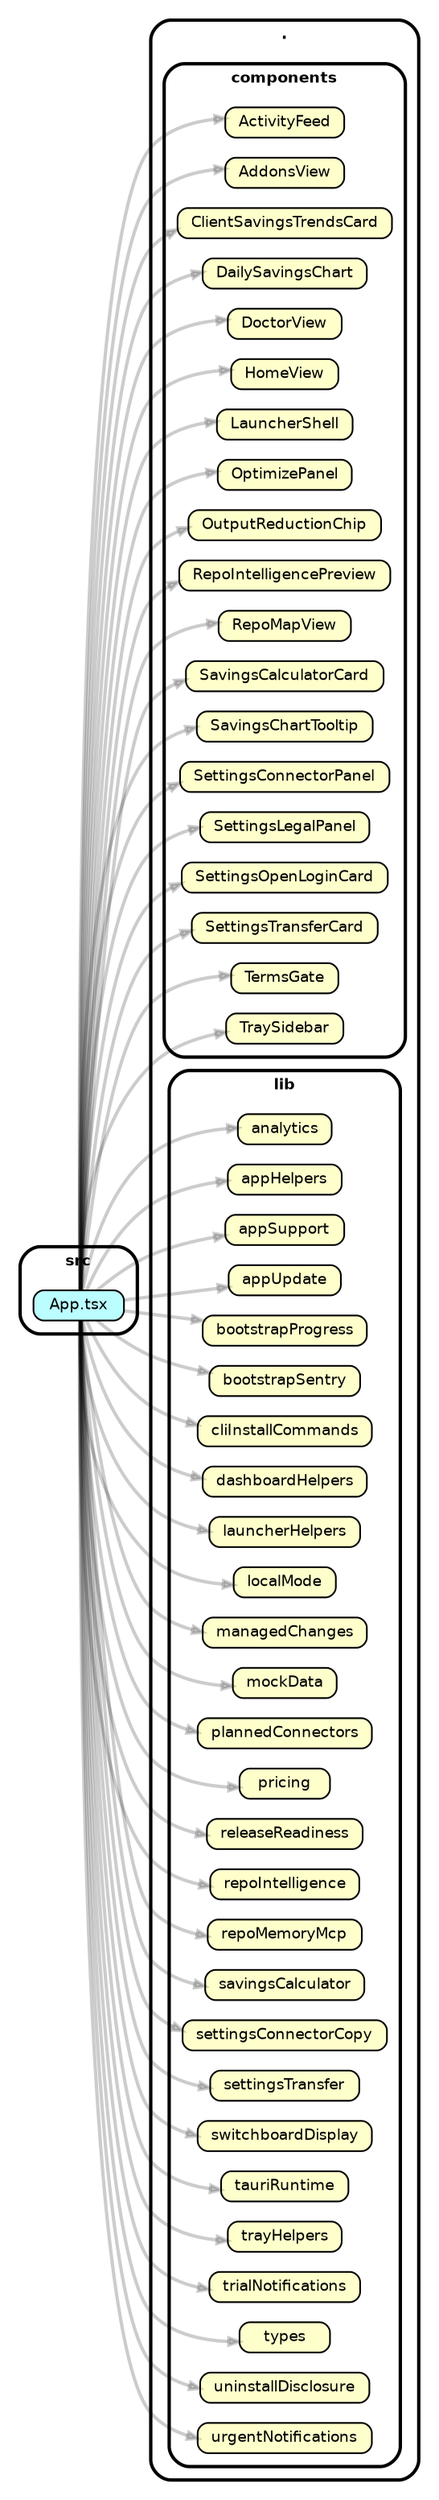
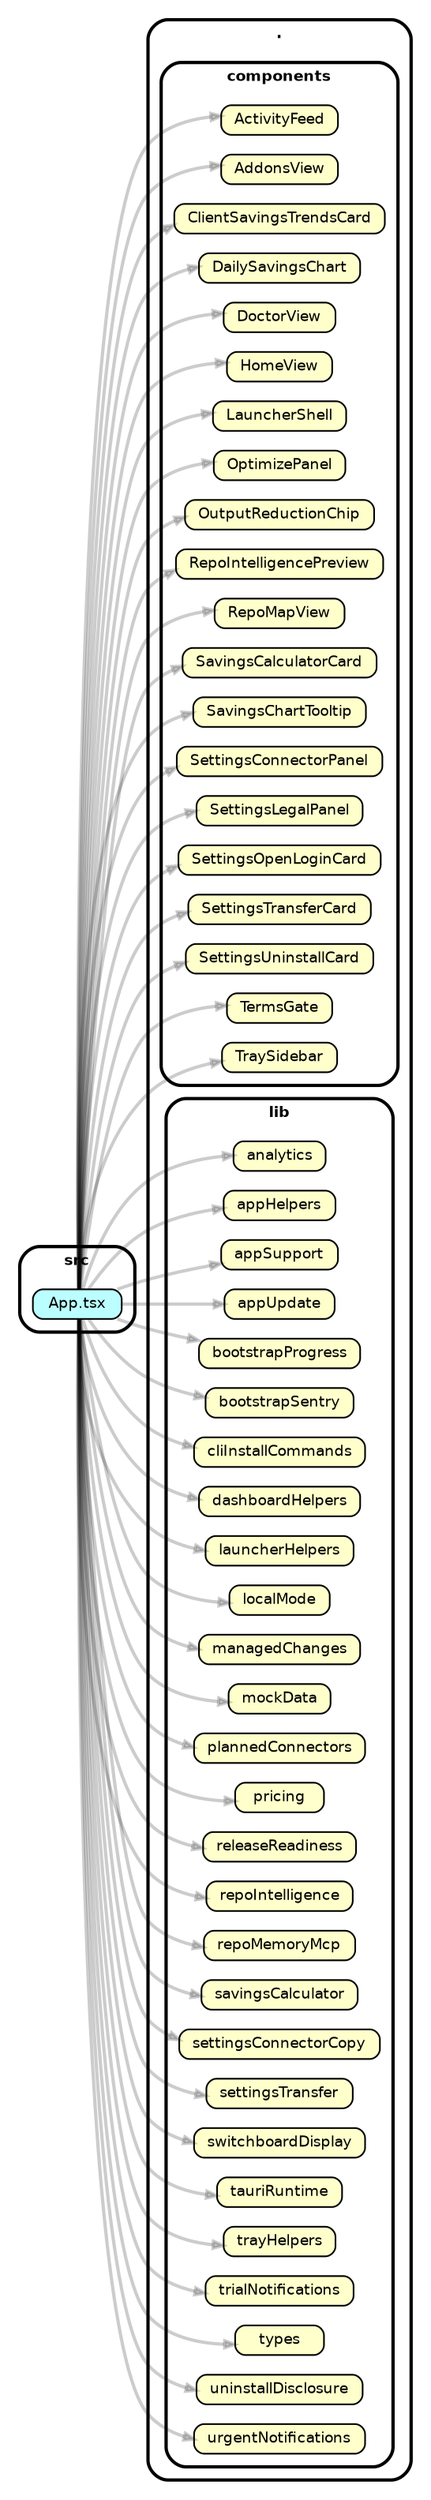
strict digraph "dependency-cruiser output"{
    rankdir="LR" splines="true" overlap="false" nodesep="0.16" ranksep="0.18" fontname="Helvetica-bold" fontsize="9" style="rounded,bold,filled" fillcolor="#ffffff" compound="true"
    node [shape="box" style="rounded, filled" height="0.2" color="black" fillcolor="#ffffcc" fontcolor="black" fontname="Helvetica" fontsize="9"]
    edge [arrowhead="normal" arrowsize="0.6" penwidth="2.0" color="#00000033" fontname="Helvetica" fontsize="9"]

    subgraph "cluster_." {label="." subgraph "cluster_./components" {label="components" "./components/ActivityFeed" [label=<ActivityFeed> tooltip="ActivityFeed" ] } }
    subgraph "cluster_." {label="." subgraph "cluster_./components" {label="components" "./components/AddonsView" [label=<AddonsView> tooltip="AddonsView" ] } }
    subgraph "cluster_." {label="." subgraph "cluster_./components" {label="components" "./components/ClientSavingsTrendsCard" [label=<ClientSavingsTrendsCard> tooltip="ClientSavingsTrendsCard" ] } }
    subgraph "cluster_." {label="." subgraph "cluster_./components" {label="components" "./components/DailySavingsChart" [label=<DailySavingsChart> tooltip="DailySavingsChart" ] } }
    subgraph "cluster_." {label="." subgraph "cluster_./components" {label="components" "./components/DoctorView" [label=<DoctorView> tooltip="DoctorView" ] } }
    subgraph "cluster_." {label="." subgraph "cluster_./components" {label="components" "./components/HomeView" [label=<HomeView> tooltip="HomeView" ] } }
    subgraph "cluster_." {label="." subgraph "cluster_./components" {label="components" "./components/LauncherShell" [label=<LauncherShell> tooltip="LauncherShell" ] } }
    subgraph "cluster_." {label="." subgraph "cluster_./components" {label="components" "./components/OptimizePanel" [label=<OptimizePanel> tooltip="OptimizePanel" ] } }
    subgraph "cluster_." {label="." subgraph "cluster_./components" {label="components" "./components/OutputReductionChip" [label=<OutputReductionChip> tooltip="OutputReductionChip" ] } }
    subgraph "cluster_." {label="." subgraph "cluster_./components" {label="components" "./components/RepoIntelligencePreview" [label=<RepoIntelligencePreview> tooltip="RepoIntelligencePreview" ] } }
    subgraph "cluster_." {label="." subgraph "cluster_./components" {label="components" "./components/RepoMapView" [label=<RepoMapView> tooltip="RepoMapView" ] } }
    subgraph "cluster_." {label="." subgraph "cluster_./components" {label="components" "./components/SavingsCalculatorCard" [label=<SavingsCalculatorCard> tooltip="SavingsCalculatorCard" ] } }
    subgraph "cluster_." {label="." subgraph "cluster_./components" {label="components" "./components/SavingsChartTooltip" [label=<SavingsChartTooltip> tooltip="SavingsChartTooltip" ] } }
    subgraph "cluster_." {label="." subgraph "cluster_./components" {label="components" "./components/SettingsConnectorPanel" [label=<SettingsConnectorPanel> tooltip="SettingsConnectorPanel" ] } }
    subgraph "cluster_." {label="." subgraph "cluster_./components" {label="components" "./components/SettingsLegalPanel" [label=<SettingsLegalPanel> tooltip="SettingsLegalPanel" ] } }
    subgraph "cluster_." {label="." subgraph "cluster_./components" {label="components" "./components/SettingsOpenLoginCard" [label=<SettingsOpenLoginCard> tooltip="SettingsOpenLoginCard" ] } }
    subgraph "cluster_." {label="." subgraph "cluster_./components" {label="components" "./components/SettingsTransferCard" [label=<SettingsTransferCard> tooltip="SettingsTransferCard" ] } }
+     subgraph "cluster_." {label="." subgraph "cluster_./components" {label="components" "./components/SettingsUninstallCard" [label=<SettingsUninstallCard> tooltip="SettingsUninstallCard" ] } }
    subgraph "cluster_." {label="." subgraph "cluster_./components" {label="components" "./components/TermsGate" [label=<TermsGate> tooltip="TermsGate" ] } }
    subgraph "cluster_." {label="." subgraph "cluster_./components" {label="components" "./components/TraySidebar" [label=<TraySidebar> tooltip="TraySidebar" ] } }
    subgraph "cluster_." {label="." subgraph "cluster_./lib" {label="lib" "./lib/analytics" [label=<analytics> tooltip="analytics" ] } }
    subgraph "cluster_." {label="." subgraph "cluster_./lib" {label="lib" "./lib/appHelpers" [label=<appHelpers> tooltip="appHelpers" ] } }
    subgraph "cluster_." {label="." subgraph "cluster_./lib" {label="lib" "./lib/appSupport" [label=<appSupport> tooltip="appSupport" ] } }
    subgraph "cluster_." {label="." subgraph "cluster_./lib" {label="lib" "./lib/appUpdate" [label=<appUpdate> tooltip="appUpdate" ] } }
    subgraph "cluster_." {label="." subgraph "cluster_./lib" {label="lib" "./lib/bootstrapProgress" [label=<bootstrapProgress> tooltip="bootstrapProgress" ] } }
    subgraph "cluster_." {label="." subgraph "cluster_./lib" {label="lib" "./lib/bootstrapSentry" [label=<bootstrapSentry> tooltip="bootstrapSentry" ] } }
    subgraph "cluster_." {label="." subgraph "cluster_./lib" {label="lib" "./lib/cliInstallCommands" [label=<cliInstallCommands> tooltip="cliInstallCommands" ] } }
    subgraph "cluster_." {label="." subgraph "cluster_./lib" {label="lib" "./lib/dashboardHelpers" [label=<dashboardHelpers> tooltip="dashboardHelpers" ] } }
    subgraph "cluster_." {label="." subgraph "cluster_./lib" {label="lib" "./lib/launcherHelpers" [label=<launcherHelpers> tooltip="launcherHelpers" ] } }
    subgraph "cluster_." {label="." subgraph "cluster_./lib" {label="lib" "./lib/localMode" [label=<localMode> tooltip="localMode" ] } }
    subgraph "cluster_." {label="." subgraph "cluster_./lib" {label="lib" "./lib/managedChanges" [label=<managedChanges> tooltip="managedChanges" ] } }
    subgraph "cluster_." {label="." subgraph "cluster_./lib" {label="lib" "./lib/mockData" [label=<mockData> tooltip="mockData" ] } }
    subgraph "cluster_." {label="." subgraph "cluster_./lib" {label="lib" "./lib/plannedConnectors" [label=<plannedConnectors> tooltip="plannedConnectors" ] } }
    subgraph "cluster_." {label="." subgraph "cluster_./lib" {label="lib" "./lib/pricing" [label=<pricing> tooltip="pricing" ] } }
    subgraph "cluster_." {label="." subgraph "cluster_./lib" {label="lib" "./lib/releaseReadiness" [label=<releaseReadiness> tooltip="releaseReadiness" ] } }
    subgraph "cluster_." {label="." subgraph "cluster_./lib" {label="lib" "./lib/repoIntelligence" [label=<repoIntelligence> tooltip="repoIntelligence" ] } }
    subgraph "cluster_." {label="." subgraph "cluster_./lib" {label="lib" "./lib/repoMemoryMcp" [label=<repoMemoryMcp> tooltip="repoMemoryMcp" ] } }
    subgraph "cluster_." {label="." subgraph "cluster_./lib" {label="lib" "./lib/savingsCalculator" [label=<savingsCalculator> tooltip="savingsCalculator" ] } }
    subgraph "cluster_." {label="." subgraph "cluster_./lib" {label="lib" "./lib/settingsConnectorCopy" [label=<settingsConnectorCopy> tooltip="settingsConnectorCopy" ] } }
    subgraph "cluster_." {label="." subgraph "cluster_./lib" {label="lib" "./lib/settingsTransfer" [label=<settingsTransfer> tooltip="settingsTransfer" ] } }
    subgraph "cluster_." {label="." subgraph "cluster_./lib" {label="lib" "./lib/switchboardDisplay" [label=<switchboardDisplay> tooltip="switchboardDisplay" ] } }
    subgraph "cluster_." {label="." subgraph "cluster_./lib" {label="lib" "./lib/tauriRuntime" [label=<tauriRuntime> tooltip="tauriRuntime" ] } }
    subgraph "cluster_." {label="." subgraph "cluster_./lib" {label="lib" "./lib/trayHelpers" [label=<trayHelpers> tooltip="trayHelpers" ] } }
    subgraph "cluster_." {label="." subgraph "cluster_./lib" {label="lib" "./lib/trialNotifications" [label=<trialNotifications> tooltip="trialNotifications" ] } }
    subgraph "cluster_." {label="." subgraph "cluster_./lib" {label="lib" "./lib/types" [label=<types> tooltip="types" ] } }
    subgraph "cluster_." {label="." subgraph "cluster_./lib" {label="lib" "./lib/uninstallDisclosure" [label=<uninstallDisclosure> tooltip="uninstallDisclosure" ] } }
    subgraph "cluster_." {label="." subgraph "cluster_./lib" {label="lib" "./lib/urgentNotifications" [label=<urgentNotifications> tooltip="urgentNotifications" ] } }
    subgraph "cluster_src" {label="src" "src/App.tsx" [label=<App.tsx> tooltip="App.tsx" URL="src/App.tsx" fillcolor="#bbfeff"] }
    "src/App.tsx" -> "./components/ActivityFeed"
    "src/App.tsx" -> "./components/AddonsView"
    "src/App.tsx" -> "./components/ClientSavingsTrendsCard"
    "src/App.tsx" -> "./components/DailySavingsChart"
    "src/App.tsx" -> "./components/DoctorView"
    "src/App.tsx" -> "./components/HomeView"
    "src/App.tsx" -> "./components/LauncherShell"
    "src/App.tsx" -> "./components/OptimizePanel"
    "src/App.tsx" -> "./components/OutputReductionChip"
    "src/App.tsx" -> "./components/RepoIntelligencePreview"
    "src/App.tsx" -> "./components/RepoMapView"
    "src/App.tsx" -> "./components/SavingsCalculatorCard"
    "src/App.tsx" -> "./components/SavingsChartTooltip"
    "src/App.tsx" -> "./components/SettingsConnectorPanel"
    "src/App.tsx" -> "./components/SettingsLegalPanel"
    "src/App.tsx" -> "./components/SettingsOpenLoginCard"
    "src/App.tsx" -> "./components/SettingsTransferCard"
+     "src/App.tsx" -> "./components/SettingsUninstallCard"
    "src/App.tsx" -> "./components/TermsGate"
    "src/App.tsx" -> "./components/TraySidebar"
    "src/App.tsx" -> "./lib/analytics"
    "src/App.tsx" -> "./lib/appHelpers"
    "src/App.tsx" -> "./lib/appSupport"
    "src/App.tsx" -> "./lib/appUpdate"
    "src/App.tsx" -> "./lib/bootstrapProgress"
    "src/App.tsx" -> "./lib/bootstrapSentry"
    "src/App.tsx" -> "./lib/cliInstallCommands"
    "src/App.tsx" -> "./lib/dashboardHelpers"
    "src/App.tsx" -> "./lib/launcherHelpers"
    "src/App.tsx" -> "./lib/localMode"
    "src/App.tsx" -> "./lib/managedChanges"
    "src/App.tsx" -> "./lib/mockData"
    "src/App.tsx" -> "./lib/plannedConnectors"
    "src/App.tsx" -> "./lib/pricing"
    "src/App.tsx" -> "./lib/releaseReadiness"
    "src/App.tsx" -> "./lib/repoIntelligence"
    "src/App.tsx" -> "./lib/repoMemoryMcp"
    "src/App.tsx" -> "./lib/savingsCalculator"
    "src/App.tsx" -> "./lib/settingsConnectorCopy"
    "src/App.tsx" -> "./lib/settingsTransfer"
    "src/App.tsx" -> "./lib/switchboardDisplay"
    "src/App.tsx" -> "./lib/tauriRuntime"
    "src/App.tsx" -> "./lib/trayHelpers"
    "src/App.tsx" -> "./lib/trialNotifications"
    "src/App.tsx" -> "./lib/types"
    "src/App.tsx" -> "./lib/uninstallDisclosure"
    "src/App.tsx" -> "./lib/urgentNotifications"
}
